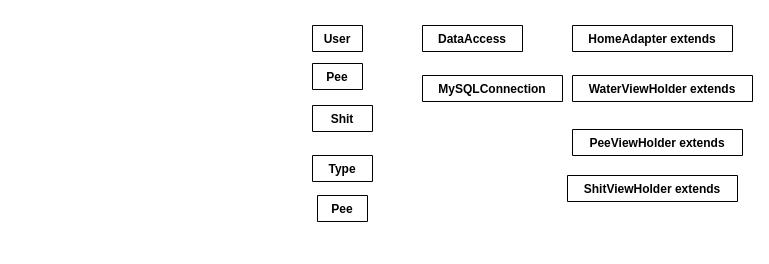
Earlier version of the draw.io diagram Diagramme/ClassDiagram_LifestyleTracker.drawio (olisonsturm/LifestyleTracker). Source tidied: cells renumbered, new cells numbered last; positions are measured from the earlier drawing's top-left corner, leaving out a move shared by most shapes. Both pictures are drawn from the tidied source at 100%, with x=0, y=0 at pixel (312, 25).
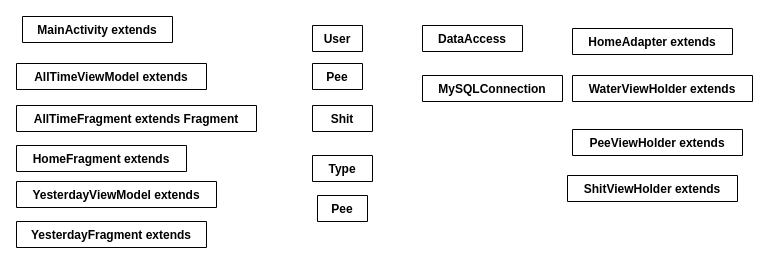
The same diagram, later.

What changed in the source:
```diff
@@
 <mxGraphModel>
   <root>
     <mxCell id="0" />
     <mxCell id="1" parent="0" />
     <mxCell id="2" value="Pee" style="swimlane;fontStyle=1;align=center;verticalAlign=top;horizontal=1;startSize=26;" parent="1" vertex="1" collapsed="1">
       <mxGeometry y="38" width="50" height="26" as="geometry" />
     </mxCell>
     <mxCell id="3" value="Shit" style="swimlane;fontStyle=1;align=center;verticalAlign=top;horizontal=1;startSize=26;" parent="1" vertex="1" collapsed="1">
       <mxGeometry y="80" width="60" height="26" as="geometry" />
     </mxCell>
     <mxCell id="4" value="Pee" style="swimlane;fontStyle=1;align=center;verticalAlign=top;horizontal=1;startSize=26;" parent="1" vertex="1" collapsed="1">
       <mxGeometry x="5" y="170" width="50" height="26" as="geometry" />
     </mxCell>
     <mxCell id="5" value="Type" style="swimlane;fontStyle=1;align=center;verticalAlign=top;horizontal=1;startSize=26;" parent="1" vertex="1" collapsed="1">
       <mxGeometry y="130" width="60" height="26" as="geometry" />
     </mxCell>
     <mxCell id="6" value="User" style="swimlane;fontStyle=1;align=center;verticalAlign=top;horizontal=1;startSize=26;" parent="1" vertex="1" collapsed="1">
       <mxGeometry width="50" height="26" as="geometry" />
     </mxCell>
     <mxCell id="7" value="DataAccess" style="swimlane;fontStyle=1;align=center;verticalAlign=top;horizontal=1;startSize=26;" parent="1" vertex="1" collapsed="1">
       <mxGeometry x="110" width="100" height="26" as="geometry" />
     </mxCell>
     <mxCell id="8" value="MySQLConnection" style="swimlane;fontStyle=1;align=center;verticalAlign=top;horizontal=1;startSize=26;" parent="1" vertex="1" collapsed="1">
       <mxGeometry x="110" y="50" width="140" height="26" as="geometry" />
     </mxCell>
     <mxCell id="9" value="HomeAdapter extends" style="swimlane;fontStyle=1;align=center;verticalAlign=top;horizontal=1;startSize=26;" parent="1" vertex="1" collapsed="1">
-      <mxGeometry x="260" width="160" height="26" as="geometry" />
+      <mxGeometry x="260" y="3" width="160" height="26" as="geometry" />
     </mxCell>
     <mxCell id="10" value=" PeeViewHolder extends" style="swimlane;fontStyle=1;align=center;verticalAlign=top;horizontal=1;startSize=26;" parent="1" vertex="1" collapsed="1">
       <mxGeometry x="260" y="104" width="170" height="26" as="geometry" />
     </mxCell>
     <mxCell id="11" value="ShitViewHolder extends" style="swimlane;fontStyle=1;align=center;verticalAlign=top;horizontal=1;startSize=26;" parent="1" vertex="1" collapsed="1">
       <mxGeometry x="255" y="150" width="170" height="26" as="geometry" />
     </mxCell>
     <mxCell id="12" value="WaterViewHolder extends" style="swimlane;fontStyle=1;align=center;verticalAlign=top;horizontal=1;startSize=26;" parent="1" vertex="1" collapsed="1">
       <mxGeometry x="260" y="50" width="180" height="26" as="geometry" />
     </mxCell>
+    <mxCell id="13" value="MainActivity extends" style="swimlane;fontStyle=1;align=center;verticalAlign=top;horizontal=1;startSize=26;" parent="1" vertex="1" collapsed="1">
+      <mxGeometry x="-290" y="-9" width="150" height="26" as="geometry" />
+    </mxCell>
+    <mxCell id="14" value="AllTimeFragment extends Fragment " style="swimlane;fontStyle=1;align=center;verticalAlign=top;horizontal=1;startSize=26;" parent="1" vertex="1" collapsed="1">
+      <mxGeometry x="-296" y="80" width="240" height="26" as="geometry" />
+    </mxCell>
+    <mxCell id="15" value="AllTimeViewModel extends" style="swimlane;fontStyle=1;align=center;verticalAlign=top;horizontal=1;startSize=26;" parent="1" vertex="1" collapsed="1">
+      <mxGeometry x="-296" y="38" width="190" height="26" as="geometry" />
+    </mxCell>
+    <mxCell id="16" value="HomeFragment extends" style="swimlane;fontStyle=1;align=center;verticalAlign=top;horizontal=1;startSize=26;" parent="1" vertex="1" collapsed="1">
+      <mxGeometry x="-296" y="120" width="170" height="26" as="geometry" />
+    </mxCell>
+    <mxCell id="17" value="YesterdayFragment extends " style="swimlane;fontStyle=1;align=center;verticalAlign=top;horizontal=1;startSize=26;" parent="1" vertex="1" collapsed="1">
+      <mxGeometry x="-296" y="196" width="190" height="26" as="geometry" />
+    </mxCell>
+    <mxCell id="18" value="YesterdayViewModel extends" style="swimlane;fontStyle=1;align=center;verticalAlign=top;horizontal=1;startSize=26;" parent="1" vertex="1" collapsed="1">
+      <mxGeometry x="-296" y="156" width="200" height="26" as="geometry" />
+    </mxCell>
   </root>
 </mxGraphModel>
```
